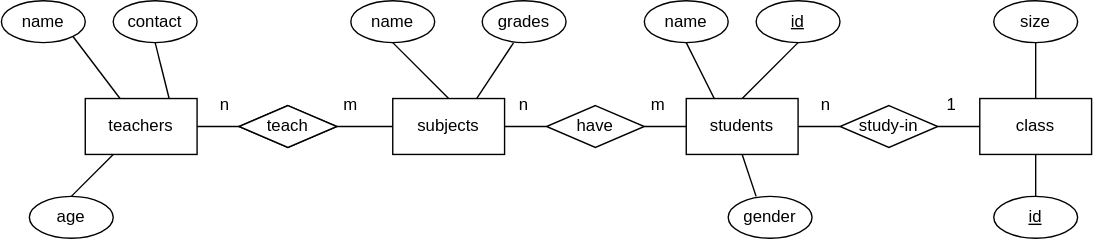
This is Lab1/ERD.drawio.svg from Burton0703/Database-Labs, a draw.io export, as it was before one commit. Source tidied: cells renumbered, new cells last; positions are measured from the earlier drawing's top-left corner, leaving out a move shared by most shapes.
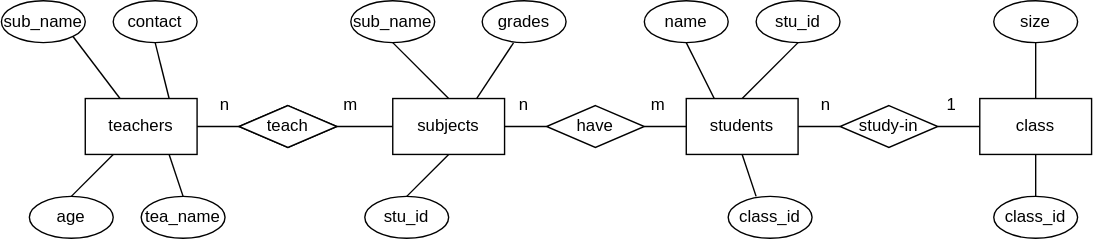
After the change.

Change to the diagram source:
```diff
@@ -14,10 +14,10 @@
     <mxCell id="5" value="class" style="rounded=0;whiteSpace=wrap;html=1;" parent="1" vertex="1">
       <mxGeometry x="700" y="70" width="80" height="40" as="geometry" />
     </mxCell>
-    <mxCell id="6" value="name" style="ellipse;whiteSpace=wrap;html=1;" parent="1" vertex="1">
+    <mxCell id="6" value="sub_name" style="ellipse;whiteSpace=wrap;html=1;" parent="1" vertex="1">
       <mxGeometry width="60" height="30" as="geometry" />
     </mxCell>
-    <mxCell id="7" value="&lt;u&gt;id&lt;/u&gt;" style="ellipse;whiteSpace=wrap;html=1;" parent="1" vertex="1">
+    <mxCell id="7" value="stu_id" style="ellipse;whiteSpace=wrap;html=1;" parent="1" vertex="1">
       <mxGeometry x="540" width="60" height="30" as="geometry" />
     </mxCell>
     <mxCell id="8" value="grades" style="ellipse;whiteSpace=wrap;html=1;" parent="1" vertex="1">
@@ -29,10 +29,10 @@
     <mxCell id="10" value="contact" style="ellipse;whiteSpace=wrap;html=1;" parent="1" vertex="1">
       <mxGeometry x="80" width="60" height="30" as="geometry" />
     </mxCell>
-    <mxCell id="11" value="name" style="ellipse;whiteSpace=wrap;html=1;" parent="1" vertex="1">
+    <mxCell id="11" value="sub_name" style="ellipse;whiteSpace=wrap;html=1;" parent="1" vertex="1">
       <mxGeometry x="250" width="60" height="30" as="geometry" />
     </mxCell>
-    <mxCell id="12" value="gender" style="ellipse;whiteSpace=wrap;html=1;" parent="1" vertex="1">
+    <mxCell id="12" value="class_id" style="ellipse;whiteSpace=wrap;html=1;" parent="1" vertex="1">
       <mxGeometry x="520" y="140" width="60" height="30" as="geometry" />
     </mxCell>
     <mxCell id="13" value="name" style="ellipse;whiteSpace=wrap;html=1;" parent="1" vertex="1">
@@ -41,7 +41,7 @@
     <mxCell id="14" value="size" style="ellipse;whiteSpace=wrap;html=1;" parent="1" vertex="1">
       <mxGeometry x="710" width="60" height="30" as="geometry" />
     </mxCell>
-    <mxCell id="15" value="&lt;u&gt;id&lt;/u&gt;" style="ellipse;whiteSpace=wrap;html=1;" parent="1" vertex="1">
+    <mxCell id="15" value="class_id" style="ellipse;whiteSpace=wrap;html=1;" parent="1" vertex="1">
       <mxGeometry x="710" y="140" width="60" height="30" as="geometry" />
     </mxCell>
     <mxCell id="16" style="endArrow=none;html=1;rounded=0;exitX=0.5;exitY=0;exitDx=0;exitDy=0;entryX=0.25;entryY=1;entryDx=0;entryDy=0;" parent="1" edge="1" source="9" target="2">
@@ -129,5 +129,19 @@
     <mxCell id="42" style="endArrow=none;html=1;rounded=0;exitX=0.5;exitY=0;exitDx=0;exitDy=0;entryX=0.5;entryY=1;entryDx=0;entryDy=0;" parent="1" edge="1" source="15" target="5">
       <mxGeometry relative="1" as="geometry" />
     </mxCell>
+    <mxCell id="43" style="endArrow=none;html=1;rounded=0;entryX=0.5;entryY=1;entryDx=0;entryDy=0;" parent="1" edge="1" target="3">
+      <mxGeometry relative="1" as="geometry">
+        <mxPoint x="290" y="140" as="sourcePoint" />
+      </mxGeometry>
+    </mxCell>
+    <mxCell id="44" value="stu_id" style="ellipse;whiteSpace=wrap;html=1;" parent="1" vertex="1">
+      <mxGeometry x="260" y="140" width="60" height="30" as="geometry" />
+    </mxCell>
+    <mxCell id="45" value="tea_name" style="ellipse;whiteSpace=wrap;html=1;" parent="1" vertex="1">
+      <mxGeometry x="100" y="140" width="60" height="30" as="geometry" />
+    </mxCell>
+    <mxCell id="46" style="endArrow=none;html=1;rounded=0;exitX=0.75;exitY=1;exitDx=0;exitDy=0;entryX=0.5;entryY=0;entryDx=0;entryDy=0;" parent="1" edge="1" source="2" target="45">
+      <mxGeometry relative="1" as="geometry" />
+    </mxCell>
   </root>
 </mxGraphModel>
```
